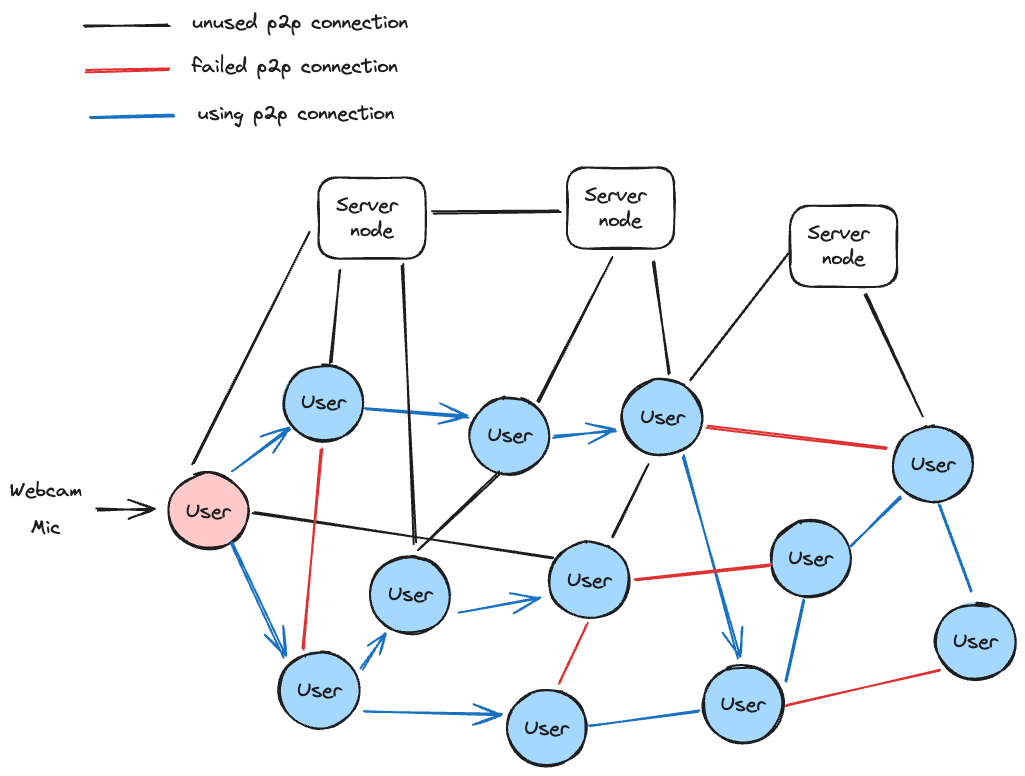
The Excalidraw diagram docs/imgs/network.excalidraw.png in giangndm/decentralized-p2p-streaming, before a commit. Source tidied: one line per element, renumbered; positions are measured from the earlier drawing's top-left corner, leaving out a move shared by most shapes.
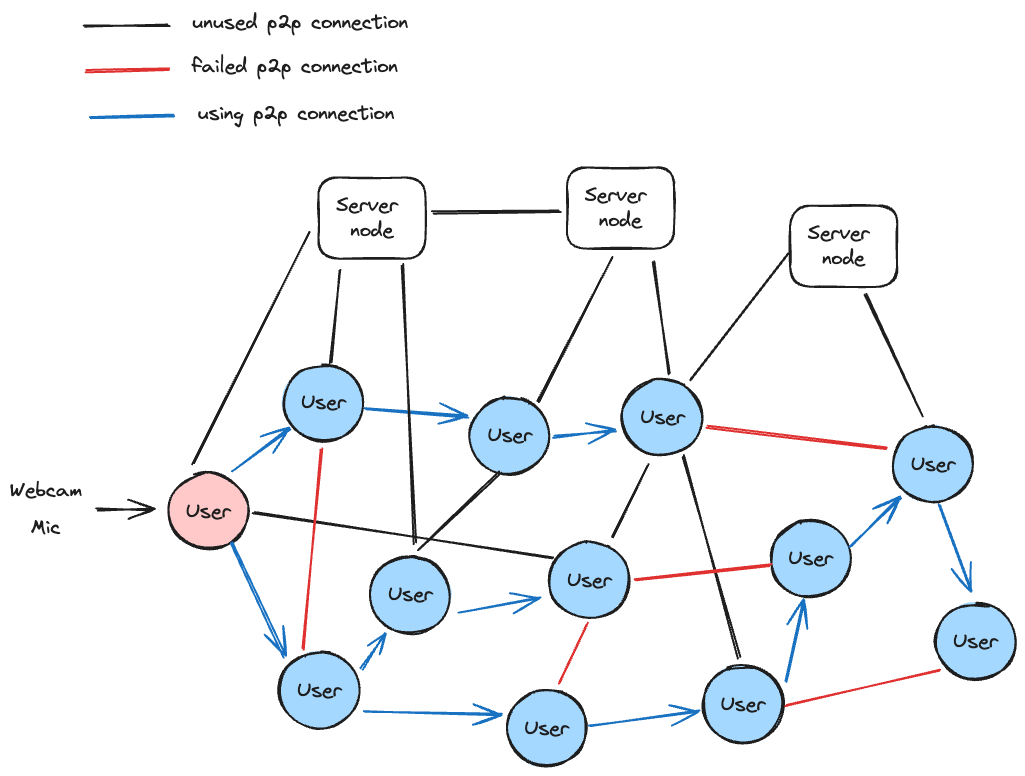
The same file after the commit.

The edit, as a diff of the source:
```diff
@@ -42,15 +42,15 @@
 {"id": 41, "type": "arrow", "strokeColor": "#1971c2", "strokeWidth": 2, "roughness": 1, "endArrowhead": "arrow", "round": true, "from": 22, "to": 20, "x": 449, "y": 602, "width": 82, "height": 13, "points": [[0, 0], [82, -13]]}
 {"id": 42, "type": "arrow", "strokeColor": "#1e1e1e", "strokeWidth": 2, "roughness": 1, "round": true, "from": 20, "to": 12, "x": 602, "y": 527, "width": 37, "height": 73, "points": [[0, 0], [37, -73]]}
 {"id": 43, "type": "arrow", "strokeColor": "#1971c2", "strokeWidth": 2, "roughness": 1, "endArrowhead": "arrow", "round": true, "from": 28, "to": 12, "x": 544, "y": 426, "width": 61, "height": 5, "points": [[0, 0], [61, -5]]}
-{"id": 44, "type": "arrow", "strokeColor": "#1971c2", "strokeWidth": 2, "roughness": 1, "endArrowhead": "arrow", "round": true, "from": 12, "to": 14, "x": 674, "y": 446, "width": 55, "height": 202, "points": [[0, 0], [55, 202]]}
+{"id": 44, "type": "arrow", "strokeColor": "#1e1e1e", "strokeWidth": 2, "roughness": 1, "round": true, "from": 12, "to": 14, "x": 674, "y": 446, "width": 55, "height": 202, "points": [[0, 0], [55, 202]]}
 {"id": 45, "type": "arrow", "strokeColor": "#e03131", "strokeWidth": 2, "roughness": 1, "round": true, "from": 20, "to": 26, "x": 578, "y": 614, "width": 28, "height": 60, "points": [[0, 0], [-28, 60]]}
 {"id": 46, "type": "arrow", "strokeColor": "#e03131", "strokeWidth": 2, "roughness": 1, "round": true, "from": 20, "to": 24, "x": 625, "y": 570, "width": 135, "height": 15, "points": [[0, 0], [135, -15]]}
 {"id": 47, "type": "arrow", "strokeColor": "#e03131", "strokeWidth": 2, "roughness": 1, "round": true, "from": 12, "to": 16, "x": 697, "y": 417, "width": 179, "height": 20, "points": [[0, 0], [179, 20]]}
-{"id": 48, "type": "arrow", "strokeColor": "#1971c2", "strokeWidth": 2, "roughness": 1, "round": true, "from": 16, "to": 18, "x": 930, "y": 496, "width": 31, "height": 86, "points": [[0, 0], [31, 86]]}
+{"id": 48, "type": "arrow", "strokeColor": "#1971c2", "strokeWidth": 2, "roughness": 1, "endArrowhead": "arrow", "round": true, "from": 16, "to": 18, "x": 930, "y": 496, "width": 31, "height": 86, "points": [[0, 0], [31, 86]]}
-{"id": 49, "type": "arrow", "strokeColor": "#1971c2", "strokeWidth": 2, "roughness": 1, "round": true, "from": 26, "to": 14, "x": 579, "y": 715, "width": 110, "height": 15, "points": [[0, 0], [110, -15]]}
+{"id": 49, "type": "arrow", "strokeColor": "#1971c2", "strokeWidth": 2, "roughness": 1, "endArrowhead": "arrow", "round": true, "from": 26, "to": 14, "x": 579, "y": 715, "width": 110, "height": 15, "points": [[0, 0], [110, -15]]}
-{"id": 50, "type": "arrow", "strokeColor": "#1971c2", "strokeWidth": 2, "roughness": 1, "round": true, "from": 14, "to": 24, "x": 775, "y": 672, "width": 18, "height": 82, "points": [[0, 0], [18, -82]]}
+{"id": 50, "type": "arrow", "strokeColor": "#1971c2", "strokeWidth": 2, "roughness": 1, "endArrowhead": "arrow", "round": true, "from": 14, "to": 24, "x": 775, "y": 672, "width": 18, "height": 82, "points": [[0, 0], [18, -82]]}
 {"id": 51, "type": "arrow", "strokeColor": "#e03131", "strokeWidth": 2, "roughness": 1, "round": true, "from": 14, "to": 18, "x": 776, "y": 696, "width": 153, "height": 36, "points": [[0, 0], [153, -36]]}
-{"id": 52, "type": "arrow", "strokeColor": "#1971c2", "strokeWidth": 2, "roughness": 1, "round": true, "from": 24, "to": 16, "x": 839, "y": 537, "width": 52, "height": 49, "points": [[0, 0], [52, -49]]}
+{"id": 52, "type": "arrow", "strokeColor": "#1971c2", "strokeWidth": 2, "roughness": 1, "endArrowhead": "arrow", "round": true, "from": 24, "to": 16, "x": 839, "y": 537, "width": 52, "height": 49, "points": [[0, 0], [52, -49]]}
 {"id": 53, "type": "arrow", "strokeColor": "#1e1e1e", "strokeWidth": 2, "roughness": 1, "round": true, "from": 4, "to": 16, "x": 855, "y": 284, "width": 57, "height": 122, "points": [[0, 0], [57, 122]]}
 {"id": 54, "type": "arrow", "strokeColor": "#1e1e1e", "strokeWidth": 2, "roughness": 1, "round": true, "from": 2, "to": 12, "x": 644, "y": 252, "width": 17, "height": 113, "points": [[0, 0], [17, 113]]}
 {"id": 55, "type": "arrow", "strokeColor": "#1e1e1e", "strokeWidth": 2, "roughness": 1, "round": true, "from": 0, "to": 22, "x": 393, "y": 255, "width": 11, "height": 279, "points": [[0, 0], [11, 279]]}
```
